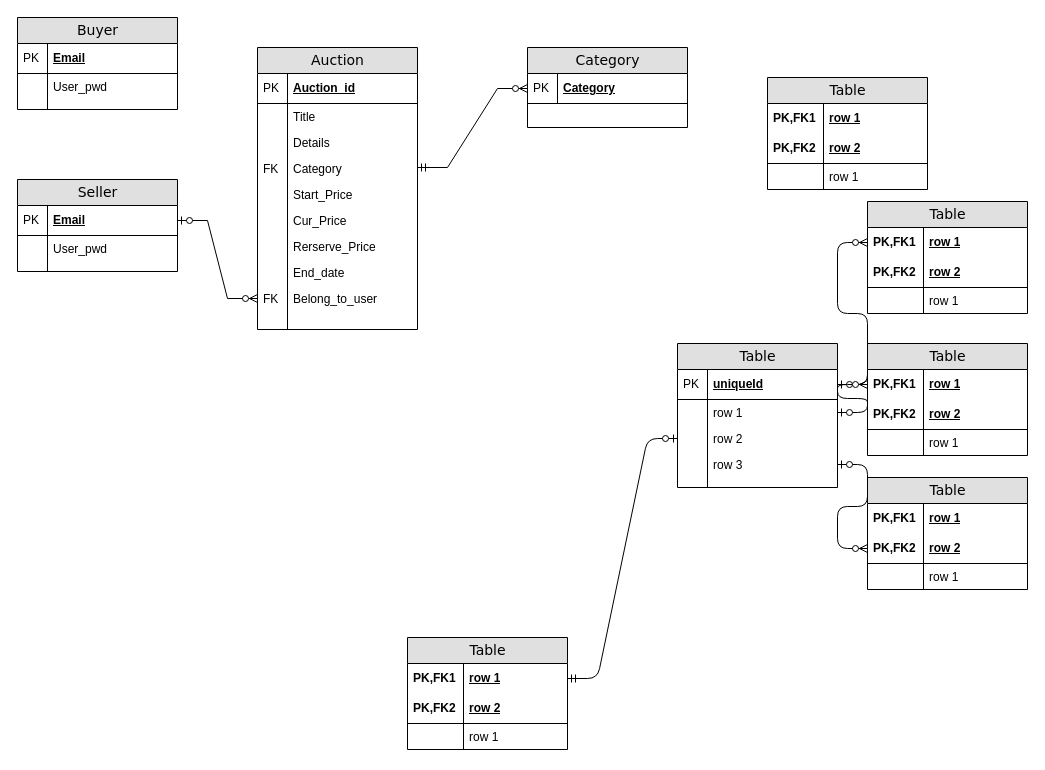
This is Untitled Diagram.drawio from Melo-Melon/git_file, a draw.io file, before an edit. Source tidied: cells renumbered, new cells numbered last; positions are measured from the earlier drawing's top-left corner, leaving out a move shared by most shapes. Both pictures are drawn from the tidied source at 100%, with x=0, y=0 at pixel (17, 17).
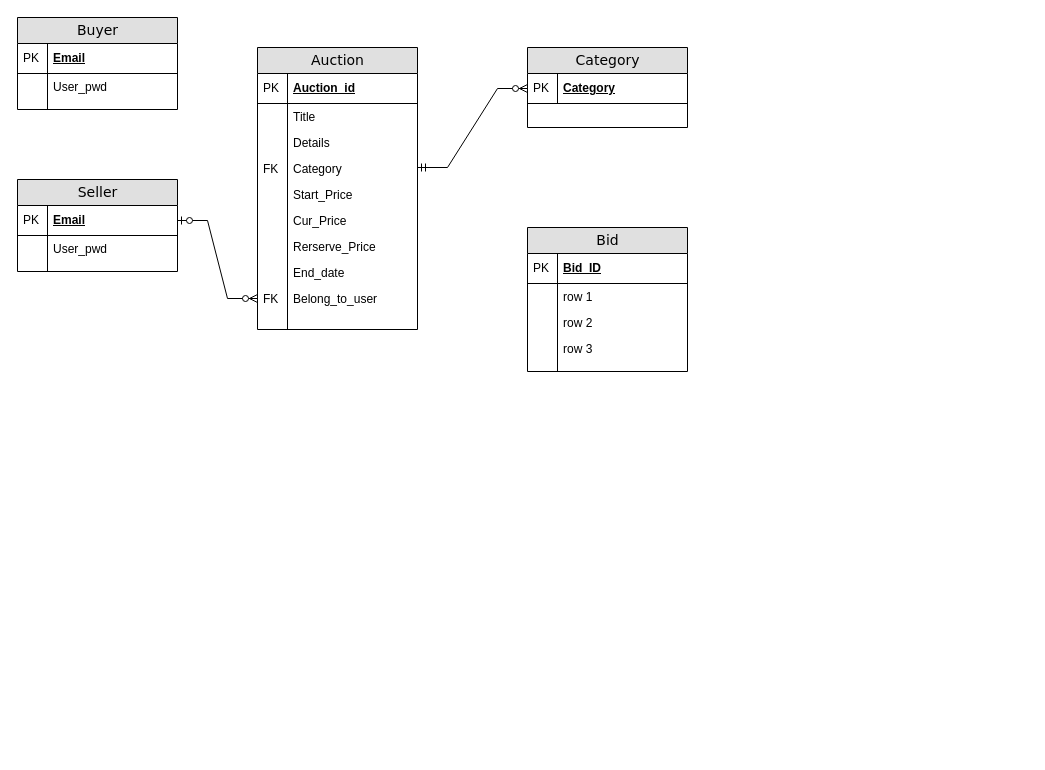
The same page after the edit.

The change refers to these unchanged cells:
```xml
<mxCell id="33" value="row 1" style="shape=partialRectangle;top=0;left=0;right=0;bottom=0;html=1;align=left;verticalAlign=top;fillColor=none;spacingLeft=34;spacingRight=4;whiteSpace=wrap;overflow=hidden;points=[[0,0.5],[1,0.5]];portConstraint=eastwest;" parent="30" vertex="1">
  <mxGeometry y="56" width="160" height="26" as="geometry" />
</mxCell>
<mxCell id="35" value="row 2" style="shape=partialRectangle;top=0;left=0;right=0;bottom=0;html=1;align=left;verticalAlign=top;fillColor=none;spacingLeft=34;spacingRight=4;whiteSpace=wrap;overflow=hidden;points=[[0,0.5],[1,0.5]];portConstraint=eastwest;" parent="30" vertex="1">
  <mxGeometry y="82" width="160" height="26" as="geometry" />
</mxCell>
<mxCell id="37" value="row 3" style="shape=partialRectangle;top=0;left=0;right=0;bottom=0;html=1;align=left;verticalAlign=top;fillColor=none;spacingLeft=34;spacingRight=4;whiteSpace=wrap;overflow=hidden;points=[[0,0.5],[1,0.5]];portConstraint=eastwest;" parent="30" vertex="1">
  <mxGeometry y="108" width="160" height="26" as="geometry" />
</mxCell>
```

Diff of the diagram source:
```diff
@@
-    <mxCell id="2" value="Table" style="swimlane;html=1;fontStyle=0;horizontal=1;startSize=26;fillColor=#e0e0e0;swimlaneFillColor=#ffffff;align=center;rounded=0;shadow=0;comic=0;labelBackgroundColor=none;strokeWidth=1;fontFamily=Verdana;fontSize=14;" parent="1" vertex="1">
-      <mxGeometry x="750" y="60" width="160" height="112" as="geometry" />
-    </mxCell>
-    <mxCell id="3" value="row 1" style="shape=partialRectangle;top=0;left=0;right=0;bottom=0;html=1;align=left;verticalAlign=middle;fillColor=none;spacingLeft=60;spacingRight=4;whiteSpace=wrap;overflow=hidden;fontStyle=5;" parent="2" vertex="1">
-      <mxGeometry y="26" width="160" height="30" as="geometry" />
-    </mxCell>
-    <mxCell id="4" value="PK,FK1" style="shape=partialRectangle;fontStyle=1;top=0;left=0;bottom=0;html=1;fillColor=none;align=left;verticalAlign=middle;spacingLeft=4;spacingRight=4;whiteSpace=wrap;overflow=hidden;" parent="3" vertex="1">
-      <mxGeometry width="56" height="30" as="geometry" />
-    </mxCell>
-    <mxCell id="5" value="row 2" style="shape=partialRectangle;top=0;left=0;right=0;bottom=1;html=1;align=left;verticalAlign=middle;fillColor=none;spacingLeft=60;spacingRight=4;whiteSpace=wrap;overflow=hidden;fontStyle=5;" parent="2" vertex="1">
-      <mxGeometry y="56" width="160" height="30" as="geometry" />
-    </mxCell>
-    <mxCell id="6" value="PK,FK2" style="shape=partialRectangle;fontStyle=1;top=0;left=0;bottom=0;html=1;fillColor=none;align=left;verticalAlign=middle;spacingLeft=4;spacingRight=4;whiteSpace=wrap;overflow=hidden;" parent="5" vertex="1">
-      <mxGeometry width="56" height="30" as="geometry" />
-    </mxCell>
-    <mxCell id="7" value="row 1" style="shape=partialRectangle;top=0;left=0;right=0;bottom=0;html=1;align=left;verticalAlign=top;fillColor=none;spacingLeft=60;spacingRight=4;whiteSpace=wrap;overflow=hidden;" parent="2" vertex="1">
-      <mxGeometry y="86" width="160" height="26" as="geometry" />
-    </mxCell>
-    <mxCell id="8" style="shape=partialRectangle;top=0;left=0;bottom=0;html=1;fillColor=none;align=left;verticalAlign=top;spacingLeft=4;spacingRight=4;whiteSpace=wrap;overflow=hidden;" parent="7" vertex="1">
-      <mxGeometry width="56" height="26" as="geometry" />
-    </mxCell>
@@
-    <mxCell id="30" value="Table" style="swimlane;html=1;fontStyle=0;horizontal=1;startSize=26;fillColor=#e0e0e0;swimlaneFillColor=#ffffff;align=center;rounded=0;shadow=0;comic=0;labelBackgroundColor=none;strokeWidth=1;fontFamily=Verdana;fontSize=14;" parent="1" vertex="1">
-      <mxGeometry x="660" y="326" width="160" height="144" as="geometry" />
+    <mxCell id="30" value="Bid" style="swimlane;html=1;fontStyle=0;horizontal=1;startSize=26;fillColor=#e0e0e0;swimlaneFillColor=#ffffff;align=center;rounded=0;shadow=0;comic=0;labelBackgroundColor=none;strokeWidth=1;fontFamily=Verdana;fontSize=14;" parent="1" vertex="1">
+      <mxGeometry x="510" y="210" width="160" height="144" as="geometry" />
     </mxCell>
-    <mxCell id="31" value="uniqueId" style="shape=partialRectangle;top=0;left=0;right=0;bottom=1;html=1;align=left;verticalAlign=middle;fillColor=none;spacingLeft=34;spacingRight=4;whiteSpace=wrap;overflow=hidden;points=[[0,0.5],[1,0.5]];portConstraint=eastwest;fontStyle=5;" parent="30" vertex="1">
+    <mxCell id="31" value="Bid_ID" style="shape=partialRectangle;top=0;left=0;right=0;bottom=1;html=1;align=left;verticalAlign=middle;fillColor=none;spacingLeft=34;spacingRight=4;whiteSpace=wrap;overflow=hidden;points=[[0,0.5],[1,0.5]];portConstraint=eastwest;fontStyle=5;" parent="30" vertex="1">
       <mxGeometry y="26" width="160" height="30" as="geometry" />
     </mxCell>
@@
-    <mxCell id="41" value="Table" style="swimlane;html=1;fontStyle=0;horizontal=1;startSize=26;fillColor=#e0e0e0;swimlaneFillColor=#ffffff;align=center;rounded=0;shadow=0;comic=0;labelBackgroundColor=none;strokeWidth=1;fontFamily=Verdana;fontSize=14;" parent="1" vertex="1">
-      <mxGeometry x="850" y="184" width="160" height="112" as="geometry" />
-    </mxCell>
-    <mxCell id="42" value="row 1" style="shape=partialRectangle;top=0;left=0;right=0;bottom=0;html=1;align=left;verticalAlign=middle;fillColor=none;spacingLeft=60;spacingRight=4;whiteSpace=wrap;overflow=hidden;points=[[0,0.5],[1,0.5]];portConstraint=eastwest;fontStyle=5;" parent="41" vertex="1">
-      <mxGeometry y="26" width="160" height="30" as="geometry" />
-    </mxCell>
-    <mxCell id="43" value="PK,FK1" style="shape=partialRectangle;fontStyle=1;top=0;left=0;bottom=0;html=1;fillColor=none;align=left;verticalAlign=middle;spacingLeft=4;spacingRight=4;whiteSpace=wrap;overflow=hidden;" parent="42" vertex="1">
-      <mxGeometry width="56" height="30" as="geometry" />
-    </mxCell>
-    <mxCell id="44" value="row 2" style="shape=partialRectangle;top=0;left=0;right=0;bottom=1;html=1;align=left;verticalAlign=middle;fillColor=none;spacingLeft=60;spacingRight=4;whiteSpace=wrap;overflow=hidden;fontStyle=5;" parent="41" vertex="1">
-      <mxGeometry y="56" width="160" height="30" as="geometry" />
-    </mxCell>
-    <mxCell id="45" value="PK,FK2" style="shape=partialRectangle;fontStyle=1;top=0;left=0;bottom=0;html=1;fillColor=none;align=left;verticalAlign=middle;spacingLeft=4;spacingRight=4;whiteSpace=wrap;overflow=hidden;" parent="44" vertex="1">
-      <mxGeometry width="56" height="30" as="geometry" />
-    </mxCell>
-    <mxCell id="46" value="row 1" style="shape=partialRectangle;top=0;left=0;right=0;bottom=0;html=1;align=left;verticalAlign=top;fillColor=none;spacingLeft=60;spacingRight=4;whiteSpace=wrap;overflow=hidden;" parent="41" vertex="1">
-      <mxGeometry y="86" width="160" height="26" as="geometry" />
-    </mxCell>
-    <mxCell id="47" style="shape=partialRectangle;top=0;left=0;bottom=0;html=1;fillColor=none;align=left;verticalAlign=top;spacingLeft=4;spacingRight=4;whiteSpace=wrap;overflow=hidden;" parent="46" vertex="1">
-      <mxGeometry width="56" height="26" as="geometry" />
-    </mxCell>
-    <mxCell id="48" value="Table" style="swimlane;html=1;fontStyle=0;horizontal=1;startSize=26;fillColor=#e0e0e0;swimlaneFillColor=#ffffff;align=center;rounded=0;shadow=0;comic=0;labelBackgroundColor=none;strokeWidth=1;fontFamily=Verdana;fontSize=14;" parent="1" vertex="1">
-      <mxGeometry x="390" y="620" width="160" height="112" as="geometry" />
-    </mxCell>
-    <mxCell id="49" value="row 1" style="shape=partialRectangle;top=0;left=0;right=0;bottom=0;html=1;align=left;verticalAlign=middle;fillColor=none;spacingLeft=60;spacingRight=4;whiteSpace=wrap;overflow=hidden;points=[[0,0.5],[1,0.5]];portConstraint=eastwest;fontStyle=5;" parent="48" vertex="1">
-      <mxGeometry y="26" width="160" height="30" as="geometry" />
-    </mxCell>
-    <mxCell id="50" value="PK,FK1" style="shape=partialRectangle;fontStyle=1;top=0;left=0;bottom=0;html=1;fillColor=none;align=left;verticalAlign=middle;spacingLeft=4;spacingRight=4;whiteSpace=wrap;overflow=hidden;" parent="49" vertex="1">
-      <mxGeometry width="56" height="30" as="geometry" />
-    </mxCell>
-    <mxCell id="51" value="row 2" style="shape=partialRectangle;top=0;left=0;right=0;bottom=1;html=1;align=left;verticalAlign=middle;fillColor=none;spacingLeft=60;spacingRight=4;whiteSpace=wrap;overflow=hidden;fontStyle=5;" parent="48" vertex="1">
-      <mxGeometry y="56" width="160" height="30" as="geometry" />
-    </mxCell>
-    <mxCell id="52" value="PK,FK2" style="shape=partialRectangle;fontStyle=1;top=0;left=0;bottom=0;html=1;fillColor=none;align=left;verticalAlign=middle;spacingLeft=4;spacingRight=4;whiteSpace=wrap;overflow=hidden;" parent="51" vertex="1">
-      <mxGeometry width="56" height="30" as="geometry" />
-    </mxCell>
-    <mxCell id="53" value="row 1" style="shape=partialRectangle;top=0;left=0;right=0;bottom=0;html=1;align=left;verticalAlign=top;fillColor=none;spacingLeft=60;spacingRight=4;whiteSpace=wrap;overflow=hidden;" parent="48" vertex="1">
-      <mxGeometry y="86" width="160" height="26" as="geometry" />
-    </mxCell>
-    <mxCell id="54" style="shape=partialRectangle;top=0;left=0;bottom=0;html=1;fillColor=none;align=left;verticalAlign=top;spacingLeft=4;spacingRight=4;whiteSpace=wrap;overflow=hidden;" parent="53" vertex="1">
-      <mxGeometry width="56" height="26" as="geometry" />
-    </mxCell>
-    <mxCell id="55" style="edgeStyle=entityRelationEdgeStyle;html=1;endArrow=ERzeroToOne;startArrow=ERmandOne;labelBackgroundColor=none;fontFamily=Verdana;fontSize=14;exitX=1;exitY=0.5;entryX=0;entryY=0.5;" parent="1" edge="1" source="49" target="35">
-      <mxGeometry relative="1" as="geometry" />
-    </mxCell>
-    <mxCell id="56" style="edgeStyle=entityRelationEdgeStyle;html=1;endArrow=ERzeroToMany;startArrow=ERzeroToOne;labelBackgroundColor=none;fontFamily=Verdana;fontSize=14;entryX=0;entryY=0.5;exitX=1;exitY=0.5;" parent="1" edge="1" source="31" target="42">
-      <mxGeometry relative="1" as="geometry" />
-    </mxCell>
-    <mxCell id="57" value="Table" style="swimlane;html=1;fontStyle=0;horizontal=1;startSize=26;fillColor=#e0e0e0;swimlaneFillColor=#ffffff;align=center;rounded=0;shadow=0;comic=0;labelBackgroundColor=none;strokeWidth=1;fontFamily=Verdana;fontSize=14;" parent="1" vertex="1">
-      <mxGeometry x="850" y="326" width="160" height="112" as="geometry" />
-    </mxCell>
-    <mxCell id="58" value="row 1" style="shape=partialRectangle;top=0;left=0;right=0;bottom=0;html=1;align=left;verticalAlign=middle;fillColor=none;spacingLeft=60;spacingRight=4;whiteSpace=wrap;overflow=hidden;points=[[0,0.5],[1,0.5]];portConstraint=eastwest;fontStyle=5;" parent="57" vertex="1">
-      <mxGeometry y="26" width="160" height="30" as="geometry" />
-    </mxCell>
-    <mxCell id="59" value="PK,FK1" style="shape=partialRectangle;fontStyle=1;top=0;left=0;bottom=0;html=1;fillColor=none;align=left;verticalAlign=middle;spacingLeft=4;spacingRight=4;whiteSpace=wrap;overflow=hidden;" parent="58" vertex="1">
-      <mxGeometry width="56" height="30" as="geometry" />
-    </mxCell>
-    <mxCell id="60" value="row 2" style="shape=partialRectangle;top=0;left=0;right=0;bottom=1;html=1;align=left;verticalAlign=middle;fillColor=none;spacingLeft=60;spacingRight=4;whiteSpace=wrap;overflow=hidden;fontStyle=5;" parent="57" vertex="1">
-      <mxGeometry y="56" width="160" height="30" as="geometry" />
-    </mxCell>
-    <mxCell id="61" value="PK,FK2" style="shape=partialRectangle;fontStyle=1;top=0;left=0;bottom=0;html=1;fillColor=none;align=left;verticalAlign=middle;spacingLeft=4;spacingRight=4;whiteSpace=wrap;overflow=hidden;" parent="60" vertex="1">
-      <mxGeometry width="56" height="30" as="geometry" />
-    </mxCell>
-    <mxCell id="62" value="row 1" style="shape=partialRectangle;top=0;left=0;right=0;bottom=0;html=1;align=left;verticalAlign=top;fillColor=none;spacingLeft=60;spacingRight=4;whiteSpace=wrap;overflow=hidden;" parent="57" vertex="1">
-      <mxGeometry y="86" width="160" height="26" as="geometry" />
-    </mxCell>
-    <mxCell id="63" style="shape=partialRectangle;top=0;left=0;bottom=0;html=1;fillColor=none;align=left;verticalAlign=top;spacingLeft=4;spacingRight=4;whiteSpace=wrap;overflow=hidden;" parent="62" vertex="1">
-      <mxGeometry width="56" height="26" as="geometry" />
-    </mxCell>
-    <mxCell id="64" value="Table" style="swimlane;html=1;fontStyle=0;horizontal=1;startSize=26;fillColor=#e0e0e0;swimlaneFillColor=#ffffff;align=center;rounded=0;shadow=0;comic=0;labelBackgroundColor=none;strokeWidth=1;fontFamily=Verdana;fontSize=14;" parent="1" vertex="1">
-      <mxGeometry x="850" y="460" width="160" height="112" as="geometry" />
-    </mxCell>
-    <mxCell id="65" value="row 1" style="shape=partialRectangle;top=0;left=0;right=0;bottom=0;html=1;align=left;verticalAlign=middle;fillColor=none;spacingLeft=60;spacingRight=4;whiteSpace=wrap;overflow=hidden;fontStyle=5;" parent="64" vertex="1">
-      <mxGeometry y="26" width="160" height="30" as="geometry" />
-    </mxCell>
-    <mxCell id="66" value="PK,FK1" style="shape=partialRectangle;fontStyle=1;top=0;left=0;bottom=0;html=1;fillColor=none;align=left;verticalAlign=middle;spacingLeft=4;spacingRight=4;whiteSpace=wrap;overflow=hidden;" parent="65" vertex="1">
-      <mxGeometry width="56" height="30" as="geometry" />
-    </mxCell>
-    <mxCell id="67" value="row 2" style="shape=partialRectangle;top=0;left=0;right=0;bottom=1;html=1;align=left;verticalAlign=middle;fillColor=none;spacingLeft=60;spacingRight=4;whiteSpace=wrap;overflow=hidden;points=[[0,0.5],[1,0.5]];portConstraint=eastwest;fontStyle=5;" parent="64" vertex="1">
-      <mxGeometry y="56" width="160" height="30" as="geometry" />
-    </mxCell>
-    <mxCell id="68" value="PK,FK2" style="shape=partialRectangle;fontStyle=1;top=0;left=0;bottom=0;html=1;fillColor=none;align=left;verticalAlign=middle;spacingLeft=4;spacingRight=4;whiteSpace=wrap;overflow=hidden;" parent="67" vertex="1">
-      <mxGeometry width="56" height="30" as="geometry" />
-    </mxCell>
-    <mxCell id="69" value="row 1" style="shape=partialRectangle;top=0;left=0;right=0;bottom=0;html=1;align=left;verticalAlign=top;fillColor=none;spacingLeft=60;spacingRight=4;whiteSpace=wrap;overflow=hidden;" parent="64" vertex="1">
-      <mxGeometry y="86" width="160" height="26" as="geometry" />
-    </mxCell>
-    <mxCell id="70" style="shape=partialRectangle;top=0;left=0;bottom=0;html=1;fillColor=none;align=left;verticalAlign=top;spacingLeft=4;spacingRight=4;whiteSpace=wrap;overflow=hidden;" parent="69" vertex="1">
-      <mxGeometry width="56" height="26" as="geometry" />
-    </mxCell>
-    <mxCell id="71" style="edgeStyle=entityRelationEdgeStyle;html=1;endArrow=ERzeroToMany;startArrow=ERzeroToOne;labelBackgroundColor=none;fontFamily=Verdana;fontSize=14;entryX=0;entryY=0.5;exitX=1;exitY=0.5;" parent="1" edge="1" source="33" target="58">
-      <mxGeometry relative="1" as="geometry" />
-    </mxCell>
-    <mxCell id="72" style="edgeStyle=entityRelationEdgeStyle;html=1;endArrow=ERzeroToMany;startArrow=ERzeroToOne;labelBackgroundColor=none;fontFamily=Verdana;fontSize=14;entryX=0;entryY=0.5;exitX=1;exitY=0.5;" parent="1" edge="1" source="37" target="67">
-      <mxGeometry relative="1" as="geometry" />
-    </mxCell>
```
